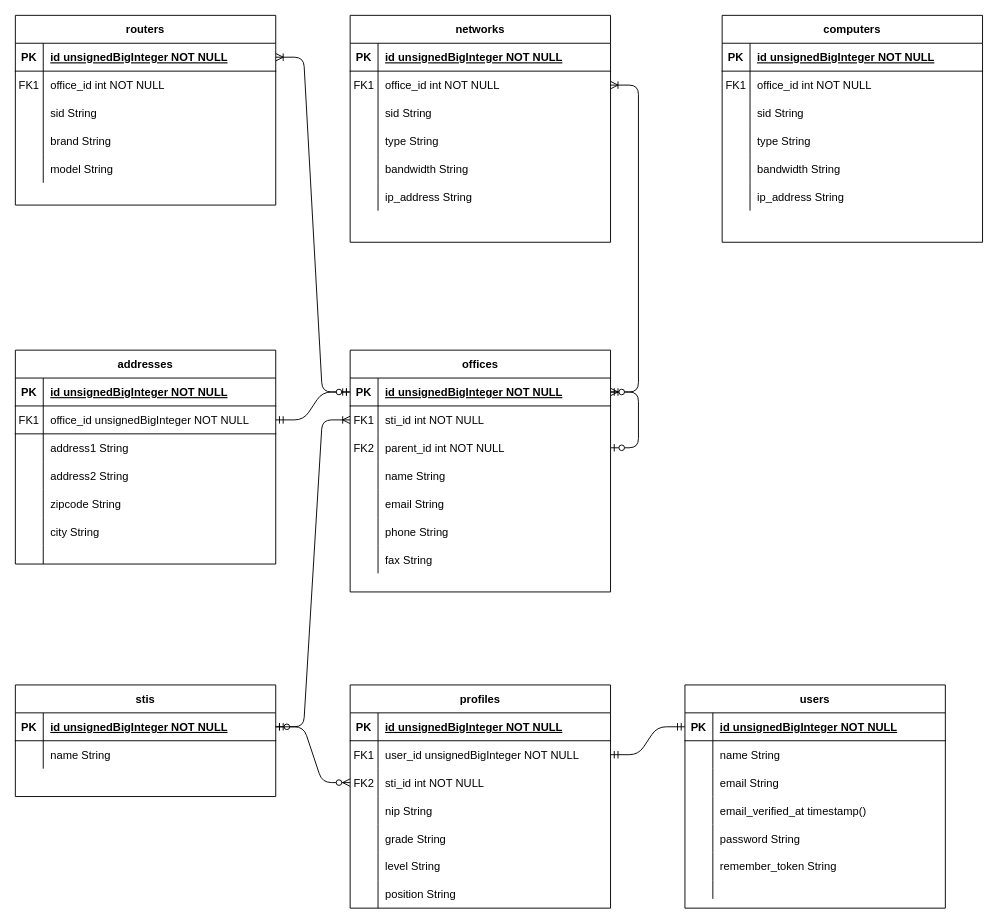
This is ER Diagram.drawio from maulanakrisna/dashboard-app, a draw.io file, before an edit. Source tidied: cells renumbered, new cells numbered last; positions are measured from the earlier drawing's top-left corner, leaving out a move shared by most shapes. Both pictures are drawn from the tidied source at 93%, with x=0, y=0 at pixel (15, 15).
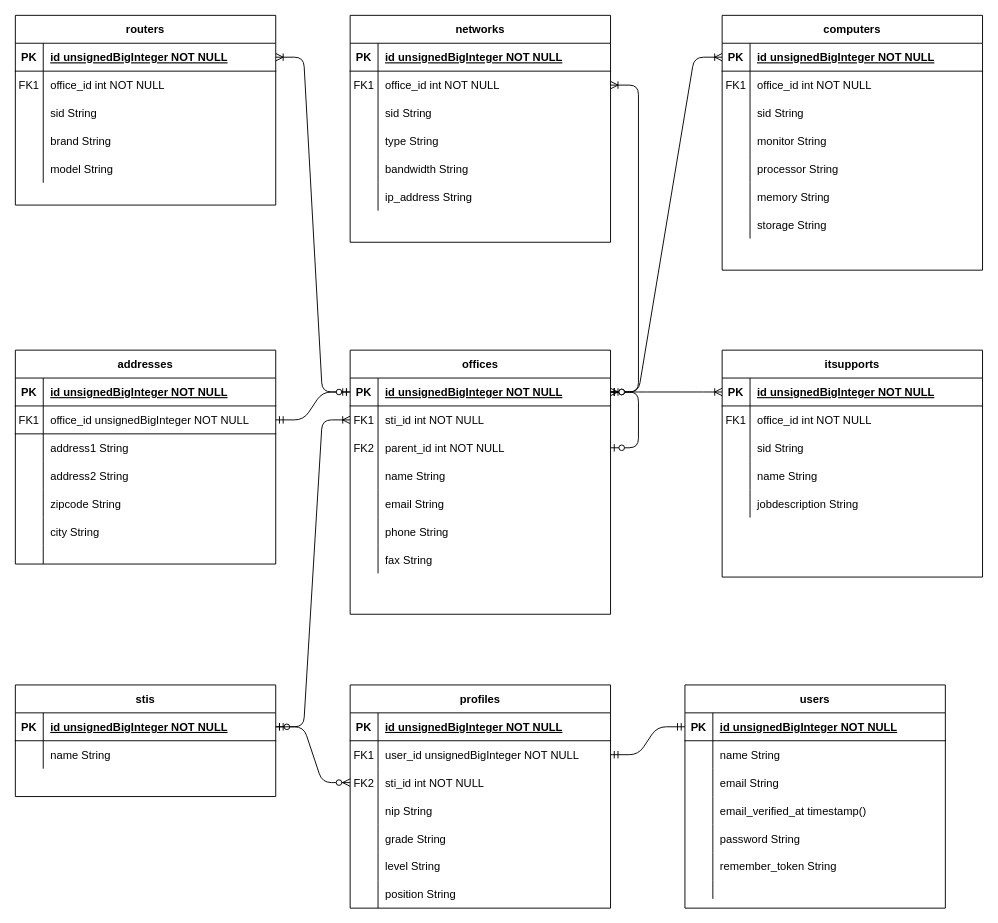
The same diagram, later.

Commit message (it also covers changes not shown here):
mod address office

Unchanged cells that the change refers to:
```xml
<mxCell id="3" style="shape=partialRectangle;fillColor=none;points=[[0,0.5],[1,0.5]];portConstraint=eastwest;top=0;left=0;right=0;bottom=1;" parent="2" vertex="1">
  <mxGeometry y="30" width="280" height="30" as="geometry" />
</mxCell>
<mxCell id="140" style="shape=partialRectangle;fillColor=none;points=[[0,0.5],[1,0.5]];portConstraint=eastwest;top=0;left=0;right=0;bottom=1;" parent="139" vertex="1">
  <mxGeometry y="30" width="280" height="30" as="geometry" />
</mxCell>
<mxCell id="149" style="shape=partialRectangle;fillColor=none;top=0;left=0;right=0;bottom=0;" parent="139" vertex="1">
  <mxGeometry y="120" width="280" height="30" as="geometry" />
</mxCell>
<mxCell id="152" style="shape=partialRectangle;fillColor=none;top=0;left=0;right=0;bottom=0;" parent="139" vertex="1">
  <mxGeometry y="150" width="280" height="30" as="geometry" />
</mxCell>
<mxCell id="155" style="shape=partialRectangle;fillColor=none;top=0;left=0;right=0;bottom=0;" parent="139" vertex="1">
  <mxGeometry y="180" width="280" height="30" as="geometry" />
</mxCell>
```

Diff of the diagram source:
```diff
@@
     <mxCell id="2" value="offices" style="shape=table;startSize=30;childLayout=tableLayout;rowLines=0;fontStyle=1;align=center;" parent="1" vertex="1">
-      <mxGeometry x="360" y="360" width="280" height="260" as="geometry" />
+      <mxGeometry x="360" y="360" width="280" height="284" as="geometry" />
     </mxCell>
@@
     <mxCell id="139" value="computers" style="shape=table;startSize=30;childLayout=tableLayout;rowLines=0;fontStyle=1;align=center;" parent="1" vertex="1">
-      <mxGeometry x="760" width="280" height="244" as="geometry" />
+      <mxGeometry x="760" width="280" height="274" as="geometry" />
     </mxCell>
@@
-    <mxCell id="151" value="type String" style="shape=partialRectangle;overflow=hidden;fillColor=none;top=0;left=0;bottom=0;right=0;align=left;spacingLeft=6;" parent="149" vertex="1">
+    <mxCell id="151" value="monitor String" style="shape=partialRectangle;overflow=hidden;fillColor=none;top=0;left=0;bottom=0;right=0;align=left;spacingLeft=6;" parent="149" vertex="1">
       <mxGeometry x="30" width="250" height="30" as="geometry" />
     </mxCell>
@@
-    <mxCell id="154" value="bandwidth String" style="shape=partialRectangle;overflow=hidden;fillColor=none;top=0;left=0;bottom=0;right=0;align=left;spacingLeft=6;" parent="152" vertex="1">
+    <mxCell id="154" value="processor String" style="shape=partialRectangle;overflow=hidden;fillColor=none;top=0;left=0;bottom=0;right=0;align=left;spacingLeft=6;" parent="152" vertex="1">
       <mxGeometry x="30" width="250" height="30" as="geometry" />
     </mxCell>
@@
-    <mxCell id="157" value="ip_address String" style="shape=partialRectangle;overflow=hidden;fillColor=none;top=0;left=0;bottom=0;right=0;align=left;spacingLeft=6;" parent="155" vertex="1">
+    <mxCell id="157" value="memory String" style="shape=partialRectangle;overflow=hidden;fillColor=none;top=0;left=0;bottom=0;right=0;align=left;spacingLeft=6;" parent="155" vertex="1">
       <mxGeometry x="30" width="250" height="30" as="geometry" />
     </mxCell>
+    <mxCell id="158" style="shape=partialRectangle;fillColor=none;top=0;left=0;right=0;bottom=0;" parent="139" vertex="1">
+      <mxGeometry y="210" width="280" height="30" as="geometry" />
+    </mxCell>
+    <mxCell id="159" style="shape=partialRectangle;overflow=hidden;fillColor=none;top=0;left=0;bottom=0;right=0;" parent="158" vertex="1">
+      <mxGeometry width="30" height="30" as="geometry" />
+    </mxCell>
+    <mxCell id="160" value="storage String" style="shape=partialRectangle;overflow=hidden;fillColor=none;top=0;left=0;bottom=0;right=0;align=left;spacingLeft=6;" parent="158" vertex="1">
+      <mxGeometry x="30" width="250" height="30" as="geometry" />
+    </mxCell>
+    <mxCell id="161" style="edgeStyle=entityRelationEdgeStyle;fontSize=12;html=1;endArrow=ERoneToMany;startArrow=ERzeroToOne;" parent="1" edge="1" source="3" target="140">
+      <mxGeometry relative="1" as="geometry" />
+    </mxCell>
+    <mxCell id="162" value="itsupports" style="shape=table;startSize=30;childLayout=tableLayout;rowLines=0;fontStyle=1;align=center;" parent="1" vertex="1">
+      <mxGeometry x="760" y="360" width="280" height="244" as="geometry" />
+    </mxCell>
+    <mxCell id="163" style="shape=partialRectangle;fillColor=none;points=[[0,0.5],[1,0.5]];portConstraint=eastwest;top=0;left=0;right=0;bottom=1;" parent="162" vertex="1">
+      <mxGeometry y="30" width="280" height="30" as="geometry" />
+    </mxCell>
+    <mxCell id="164" value="PK" style="shape=partialRectangle;overflow=hidden;fillColor=none;top=0;left=0;bottom=0;right=0;fontStyle=1;" parent="163" vertex="1">
+      <mxGeometry width="30" height="30" as="geometry" />
+    </mxCell>
+    <mxCell id="165" value="id unsignedBigInteger NOT NULL " style="shape=partialRectangle;overflow=hidden;fillColor=none;top=0;left=0;bottom=0;right=0;align=left;spacingLeft=6;fontStyle=5;" parent="163" vertex="1">
+      <mxGeometry x="30" width="250" height="30" as="geometry" />
+    </mxCell>
+    <mxCell id="166" style="shape=partialRectangle;fillColor=none;top=0;left=0;right=0;bottom=0;" parent="162" vertex="1">
+      <mxGeometry y="60" width="280" height="30" as="geometry" />
+    </mxCell>
+    <mxCell id="167" value="FK1" style="shape=partialRectangle;overflow=hidden;fillColor=none;top=0;left=0;bottom=0;right=0;" parent="166" vertex="1">
+      <mxGeometry width="30" height="30" as="geometry" />
+    </mxCell>
+    <mxCell id="168" value="office_id int NOT NULL" style="shape=partialRectangle;overflow=hidden;fillColor=none;top=0;left=0;bottom=0;right=0;align=left;spacingLeft=6;" parent="166" vertex="1">
+      <mxGeometry x="30" width="250" height="30" as="geometry" />
+    </mxCell>
+    <mxCell id="169" style="shape=partialRectangle;fillColor=none;top=0;left=0;right=0;bottom=0;" parent="162" vertex="1">
+      <mxGeometry y="90" width="280" height="30" as="geometry" />
+    </mxCell>
+    <mxCell id="170" style="shape=partialRectangle;overflow=hidden;fillColor=none;top=0;left=0;bottom=0;right=0;" parent="169" vertex="1">
+      <mxGeometry width="30" height="30" as="geometry" />
+    </mxCell>
+    <mxCell id="171" value="sid String" style="shape=partialRectangle;overflow=hidden;fillColor=none;top=0;left=0;bottom=0;right=0;align=left;spacingLeft=6;" parent="169" vertex="1">
+      <mxGeometry x="30" width="250" height="30" as="geometry" />
+    </mxCell>
+    <mxCell id="172" style="shape=partialRectangle;fillColor=none;top=0;left=0;right=0;bottom=0;" parent="162" vertex="1">
+      <mxGeometry y="120" width="280" height="30" as="geometry" />
+    </mxCell>
+    <mxCell id="173" style="shape=partialRectangle;overflow=hidden;fillColor=none;top=0;left=0;bottom=0;right=0;" parent="172" vertex="1">
+      <mxGeometry width="30" height="30" as="geometry" />
+    </mxCell>
+    <mxCell id="174" value="name String" style="shape=partialRectangle;overflow=hidden;fillColor=none;top=0;left=0;bottom=0;right=0;align=left;spacingLeft=6;" parent="172" vertex="1">
+      <mxGeometry x="30" width="250" height="30" as="geometry" />
+    </mxCell>
+    <mxCell id="175" style="shape=partialRectangle;fillColor=none;top=0;left=0;right=0;bottom=0;" parent="162" vertex="1">
+      <mxGeometry y="150" width="280" height="30" as="geometry" />
+    </mxCell>
+    <mxCell id="176" style="shape=partialRectangle;overflow=hidden;fillColor=none;top=0;left=0;bottom=0;right=0;" parent="175" vertex="1">
+      <mxGeometry width="30" height="30" as="geometry" />
+    </mxCell>
+    <mxCell id="177" value="jobdescription String" style="shape=partialRectangle;overflow=hidden;fillColor=none;top=0;left=0;bottom=0;right=0;align=left;spacingLeft=6;" parent="175" vertex="1">
+      <mxGeometry x="30" width="250" height="30" as="geometry" />
+    </mxCell>
+    <mxCell id="178" style="edgeStyle=entityRelationEdgeStyle;fontSize=12;html=1;endArrow=ERoneToMany;startArrow=ERzeroToOne;" parent="1" edge="1" source="3" target="163">
+      <mxGeometry relative="1" as="geometry" />
+    </mxCell>
```
